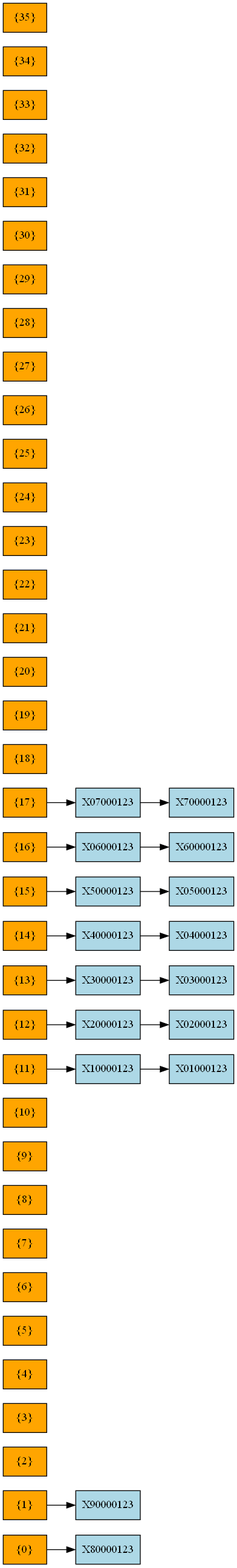
Before: cmake-build-debug/hash_reporte.png, a diagram exported from Graphviz (Samashoas/202109705_Proyecto_EDD). Its source is kept beside it as cmake-build-debug/hash_reporte.dot.
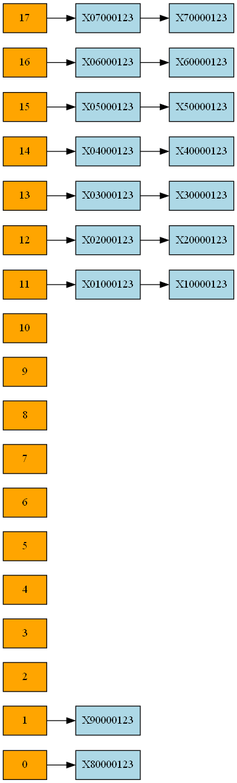
The same file after the commit.

What changed in the source:
```diff
@@ -1,65 +1,47 @@
 digraph G {
 rankdir=LR;
 node [shape=record];
-index0 [label="{0}", shape=box, style=filled, fillcolor=orange];
-index1 [label="{1}", shape=box, style=filled, fillcolor=orange];
-index2 [label="{2}", shape=box, style=filled, fillcolor=orange];
-index3 [label="{3}", shape=box, style=filled, fillcolor=orange];
-index4 [label="{4}", shape=box, style=filled, fillcolor=orange];
-index5 [label="{5}", shape=box, style=filled, fillcolor=orange];
-index6 [label="{6}", shape=box, style=filled, fillcolor=orange];
-index7 [label="{7}", shape=box, style=filled, fillcolor=orange];
-index8 [label="{8}", shape=box, style=filled, fillcolor=orange];
-index9 [label="{9}", shape=box, style=filled, fillcolor=orange];
-index10 [label="{10}", shape=box, style=filled, fillcolor=orange];
-index11 [label="{11}", shape=box, style=filled, fillcolor=orange];
-index12 [label="{12}", shape=box, style=filled, fillcolor=orange];
-index13 [label="{13}", shape=box, style=filled, fillcolor=orange];
-index14 [label="{14}", shape=box, style=filled, fillcolor=orange];
-index15 [label="{15}", shape=box, style=filled, fillcolor=orange];
-index16 [label="{16}", shape=box, style=filled, fillcolor=orange];
-index17 [label="{17}", shape=box, style=filled, fillcolor=orange];
-index18 [label="{18}", shape=box, style=filled, fillcolor=orange];
-index19 [label="{19}", shape=box, style=filled, fillcolor=orange];
-index20 [label="{20}", shape=box, style=filled, fillcolor=orange];
-index21 [label="{21}", shape=box, style=filled, fillcolor=orange];
-index22 [label="{22}", shape=box, style=filled, fillcolor=orange];
-index23 [label="{23}", shape=box, style=filled, fillcolor=orange];
-index24 [label="{24}", shape=box, style=filled, fillcolor=orange];
-index25 [label="{25}", shape=box, style=filled, fillcolor=orange];
-index26 [label="{26}", shape=box, style=filled, fillcolor=orange];
-index27 [label="{27}", shape=box, style=filled, fillcolor=orange];
-index28 [label="{28}", shape=box, style=filled, fillcolor=orange];
-index29 [label="{29}", shape=box, style=filled, fillcolor=orange];
-index30 [label="{30}", shape=box, style=filled, fillcolor=orange];
-index31 [label="{31}", shape=box, style=filled, fillcolor=orange];
-index32 [label="{32}", shape=box, style=filled, fillcolor=orange];
-index33 [label="{33}", shape=box, style=filled, fillcolor=orange];
-index34 [label="{34}", shape=box, style=filled, fillcolor=orange];
-index35 [label="{35}", shape=box, style=filled, fillcolor=orange];
+index0 [label="0", shape=box, style=filled, fillcolor=orange];
+index1 [label="1", shape=box, style=filled, fillcolor=orange];
+index2 [label="2", shape=box, style=filled, fillcolor=orange];
+index3 [label="3", shape=box, style=filled, fillcolor=orange];
+index4 [label="4", shape=box, style=filled, fillcolor=orange];
+index5 [label="5", shape=box, style=filled, fillcolor=orange];
+index6 [label="6", shape=box, style=filled, fillcolor=orange];
+index7 [label="7", shape=box, style=filled, fillcolor=orange];
+index8 [label="8", shape=box, style=filled, fillcolor=orange];
+index9 [label="9", shape=box, style=filled, fillcolor=orange];
+index10 [label="10", shape=box, style=filled, fillcolor=orange];
+index11 [label="11", shape=box, style=filled, fillcolor=orange];
+index12 [label="12", shape=box, style=filled, fillcolor=orange];
+index13 [label="13", shape=box, style=filled, fillcolor=orange];
+index14 [label="14", shape=box, style=filled, fillcolor=orange];
+index15 [label="15", shape=box, style=filled, fillcolor=orange];
+index16 [label="16", shape=box, style=filled, fillcolor=orange];
+index17 [label="17", shape=box, style=filled, fillcolor=orange];
 nodo0_0 [label="{X80000123}", shape=record, style=filled, fillcolor=lightblue];
 index0 -> nodo0_0;
 nodo1_0 [label="{X90000123}", shape=record, style=filled, fillcolor=lightblue];
 index1 -> nodo1_0;
-nodo11_0 [label="{X10000123}", shape=record, style=filled, fillcolor=lightblue];
+nodo11_0 [label="{X01000123}", shape=record, style=filled, fillcolor=lightblue];
 index11 -> nodo11_0;
-nodo11_1 [label="{X01000123}", shape=record, style=filled, fillcolor=lightblue];
+nodo11_1 [label="{X10000123}", shape=record, style=filled, fillcolor=lightblue];
 nodo11_0 -> nodo11_1;
-nodo12_0 [label="{X20000123}", shape=record, style=filled, fillcolor=lightblue];
+nodo12_0 [label="{X02000123}", shape=record, style=filled, fillcolor=lightblue];
 index12 -> nodo12_0;
-nodo12_1 [label="{X02000123}", shape=record, style=filled, fillcolor=lightblue];
+nodo12_1 [label="{X20000123}", shape=record, style=filled, fillcolor=lightblue];
 nodo12_0 -> nodo12_1;
-nodo13_0 [label="{X30000123}", shape=record, style=filled, fillcolor=lightblue];
+nodo13_0 [label="{X03000123}", shape=record, style=filled, fillcolor=lightblue];
 index13 -> nodo13_0;
-nodo13_1 [label="{X03000123}", shape=record, style=filled, fillcolor=lightblue];
+nodo13_1 [label="{X30000123}", shape=record, style=filled, fillcolor=lightblue];
 nodo13_0 -> nodo13_1;
-nodo14_0 [label="{X40000123}", shape=record, style=filled, fillcolor=lightblue];
+nodo14_0 [label="{X04000123}", shape=record, style=filled, fillcolor=lightblue];
 index14 -> nodo14_0;
-nodo14_1 [label="{X04000123}", shape=record, style=filled, fillcolor=lightblue];
+nodo14_1 [label="{X40000123}", shape=record, style=filled, fillcolor=lightblue];
 nodo14_0 -> nodo14_1;
-nodo15_0 [label="{X50000123}", shape=record, style=filled, fillcolor=lightblue];
+nodo15_0 [label="{X05000123}", shape=record, style=filled, fillcolor=lightblue];
 index15 -> nodo15_0;
-nodo15_1 [label="{X05000123}", shape=record, style=filled, fillcolor=lightblue];
+nodo15_1 [label="{X50000123}", shape=record, style=filled, fillcolor=lightblue];
 nodo15_0 -> nodo15_1;
 nodo16_0 [label="{X06000123}", shape=record, style=filled, fillcolor=lightblue];
 index16 -> nodo16_0;
```
